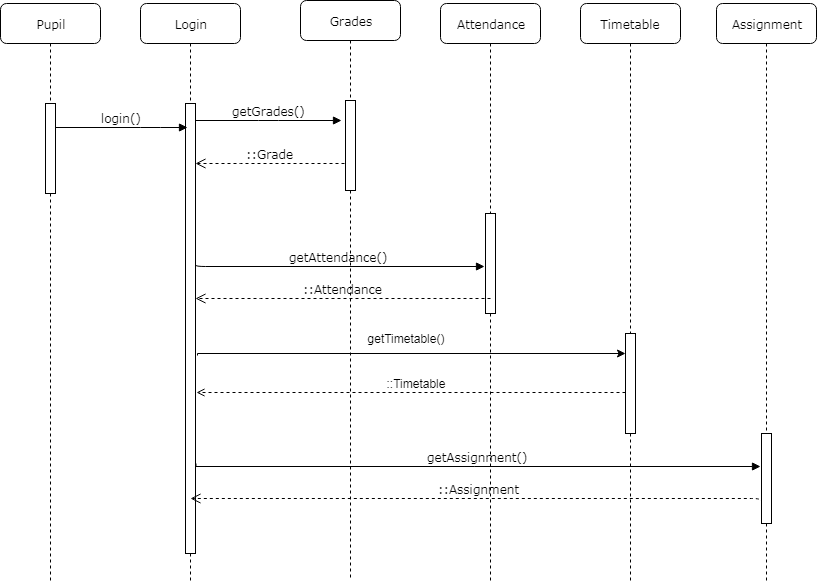
esmoqi16/TMS keeps this draw.io diagram as Diagrams/Sequence Diagrams/Pupil.PNG. Above is the earlier version. Source tidied: cells renumbered, new cells last; positions are measured from the earlier drawing's top-left corner, leaving out a move shared by most shapes.
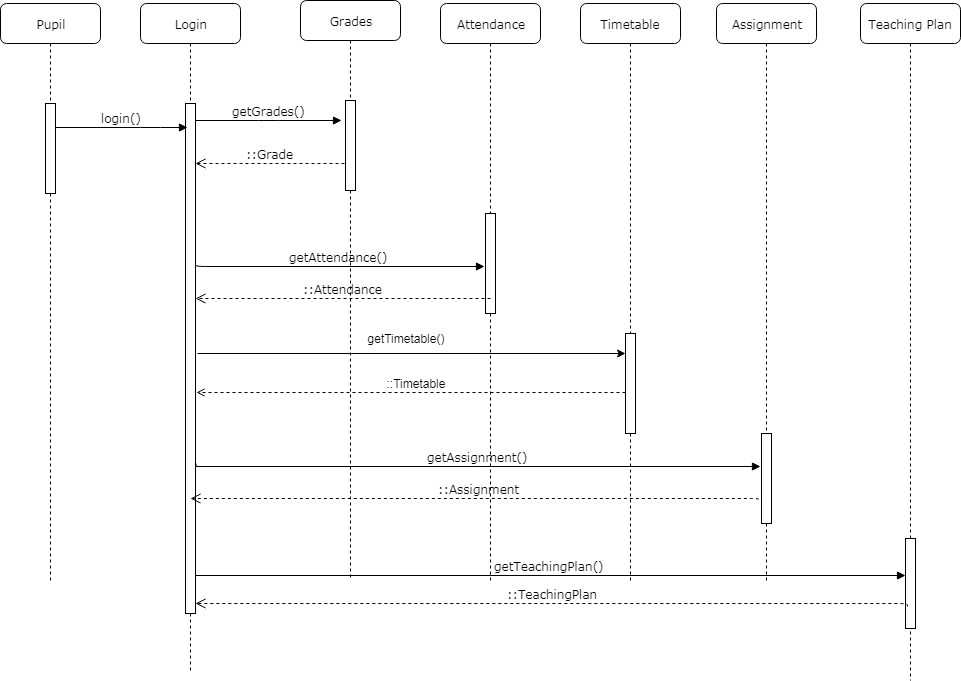
The same file after the commit.

Diff of the diagram source:
```diff
@@ -3,10 +3,10 @@
     <mxCell id="0" />
     <mxCell id="1" parent="0" />
     <mxCell id="2" value="Login" style="shape=umlLifeline;perimeter=lifelinePerimeter;whiteSpace=wrap;html=1;rounded=1;shadow=0;comic=0;labelBackgroundColor=none;strokeColor=#000000;strokeWidth=1;fillColor=#FFFFFF;fontFamily=Verdana;fontSize=12;fontColor=#000000;align=center;" parent="1" vertex="1">
-      <mxGeometry x="140" y="3" width="100" height="580" as="geometry" />
+      <mxGeometry x="140" y="3" width="100" height="670" as="geometry" />
     </mxCell>
     <mxCell id="3" style="html=1;points=[];perimeter=orthogonalPerimeter;rounded=0;shadow=0;comic=0;labelBackgroundColor=none;strokeColor=#000000;strokeWidth=1;fillColor=#FFFFFF;fontFamily=Verdana;fontSize=12;fontColor=#000000;align=center;" parent="2" vertex="1">
-      <mxGeometry x="45" y="100" width="10" height="450" as="geometry" />
+      <mxGeometry x="45" y="100" width="10" height="510" as="geometry" />
     </mxCell>
     <mxCell id="4" value="Grades" style="shape=umlLifeline;perimeter=lifelinePerimeter;whiteSpace=wrap;html=1;rounded=1;shadow=0;comic=0;labelBackgroundColor=none;strokeColor=#000000;strokeWidth=1;fillColor=#FFFFFF;fontFamily=Verdana;fontSize=12;fontColor=#000000;align=center;" parent="1" vertex="1">
       <mxGeometry x="300" width="100" height="580" as="geometry" />
@@ -46,8 +46,9 @@
     <mxCell id="13" value="getGrades()" style="html=1;verticalAlign=bottom;endArrow=block;entryX=-0.4;entryY=0.219;labelBackgroundColor=none;fontFamily=Verdana;fontSize=12;edgeStyle=elbowEdgeStyle;elbow=vertical;entryDx=0;entryDy=0;entryPerimeter=0;" parent="1" edge="1" source="3" target="5">
       <mxGeometry relative="1" as="geometry" />
     </mxCell>
-    <mxCell id="14" style="edgeStyle=orthogonalEdgeStyle;rounded=0;jettySize=auto;html=1;exitX=1.2;exitY=0.56;exitDx=0;exitDy=0;exitPerimeter=0;" parent="1" edge="1" source="3" target="8">
+    <mxCell id="14" style="edgeStyle=orthogonalEdgeStyle;rounded=0;jettySize=auto;html=1;" parent="1" edge="1" target="8">
       <mxGeometry relative="1" as="geometry">
+        <mxPoint x="197" y="353" as="sourcePoint" />
         <Array as="points">
           <mxPoint x="197" y="353" />
         </Array>
@@ -124,5 +125,32 @@
         </Array>
       </mxGeometry>
     </mxCell>
+    <mxCell id="25" value="Teaching Plan" style="shape=umlLifeline;perimeter=lifelinePerimeter;whiteSpace=wrap;html=1;rounded=1;shadow=0;comic=0;labelBackgroundColor=none;strokeColor=#000000;strokeWidth=1;fillColor=#FFFFFF;fontFamily=Verdana;fontSize=12;fontColor=#000000;align=center;" parent="1" vertex="1">
+      <mxGeometry x="860" y="3" width="100" height="677" as="geometry" />
+    </mxCell>
+    <mxCell id="26" style="html=1;points=[];perimeter=orthogonalPerimeter;rounded=0;shadow=0;comic=0;labelBackgroundColor=none;strokeColor=#000000;strokeWidth=1;fillColor=#FFFFFF;fontFamily=Verdana;fontSize=12;fontColor=#000000;align=center;" parent="25" vertex="1">
+      <mxGeometry x="45" y="535" width="10" height="90" as="geometry" />
+    </mxCell>
+    <mxCell id="27" value="getTeachingPlan()" style="html=1;verticalAlign=bottom;endArrow=block;labelBackgroundColor=none;fontFamily=Verdana;fontSize=12;edgeStyle=elbowEdgeStyle;elbow=vertical;rounded=0;" parent="1" edge="1" target="26">
+      <mxGeometry relative="1" as="geometry">
+        <mxPoint x="195" y="572" as="sourcePoint" />
+        <Array as="points">
+          <mxPoint x="440" y="575" />
+          <mxPoint x="340" y="572" />
+        </Array>
+      </mxGeometry>
+    </mxCell>
+    <mxCell id="28" value="::TeachingPlan" style="html=1;verticalAlign=bottom;endArrow=open;dashed=1;endSize=8;labelBackgroundColor=none;fontFamily=Verdana;fontSize=12;edgeStyle=elbowEdgeStyle;elbow=vertical;exitX=0.2;exitY=0.756;exitDx=0;exitDy=0;exitPerimeter=0;" parent="1" edge="1" source="26">
+      <mxGeometry relative="1" as="geometry">
+        <mxPoint x="195" y="603" as="targetPoint" />
+        <Array as="points">
+          <mxPoint x="730" y="603" />
+          <mxPoint x="546" y="598" />
+          <mxPoint x="546" y="628" />
+          <mxPoint x="574" y="594.5" />
+          <mxPoint x="534" y="583.5" />
+        </Array>
+      </mxGeometry>
+    </mxCell>
   </root>
 </mxGraphModel>
```
